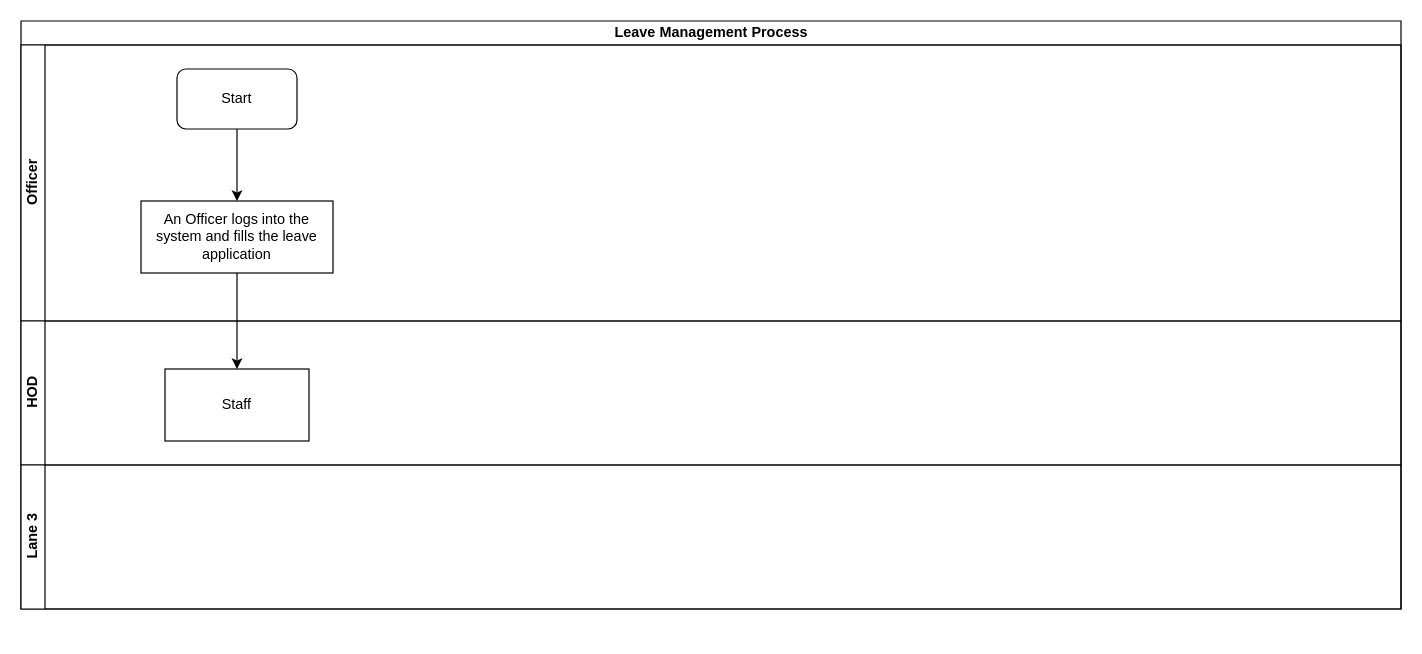
Above: KEFRI- Leave Application Process.drawio in kmagua/flowcharts (draw.io), before the change. Source tidied: cells renumbered, new cells numbered last; positions are measured from the earlier drawing's top-left corner, leaving out a move shared by most shapes. Both pictures are drawn from the tidied source at 120%, with x=0, y=0 at pixel (20, 20).
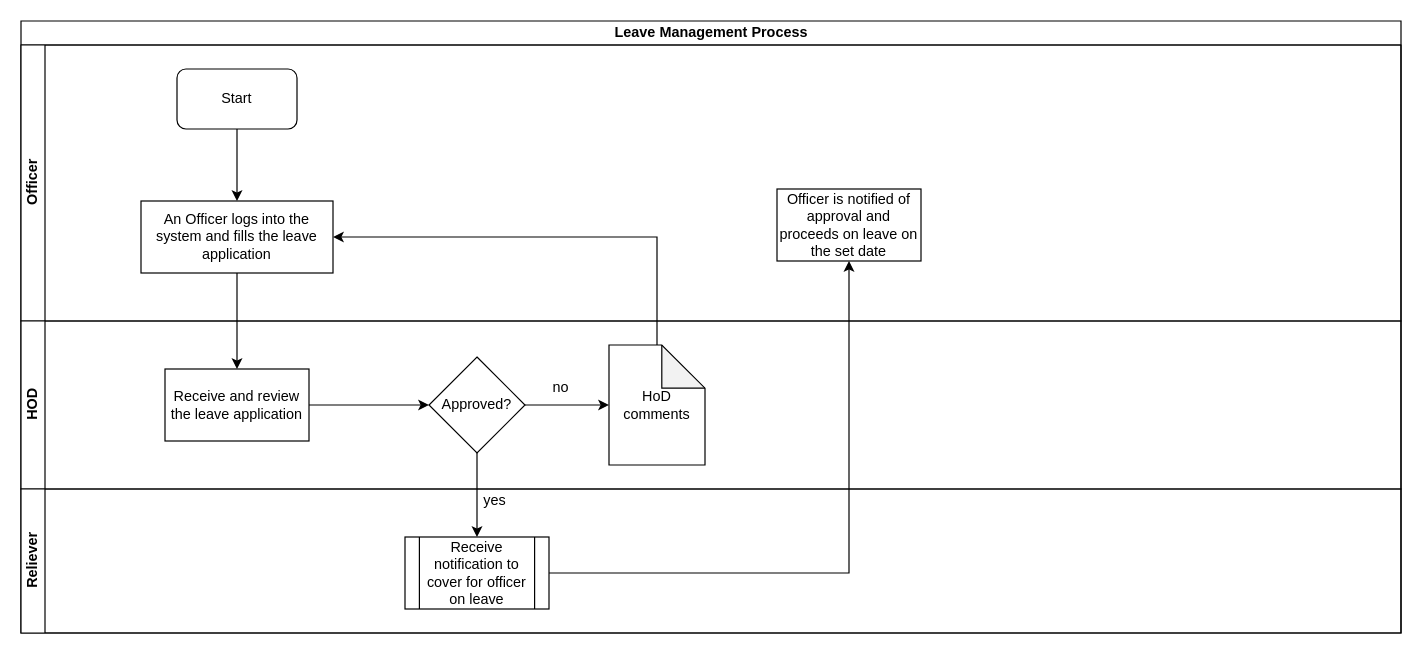
The same page after the edit.

The change refers to these unchanged cells:
```xml
<mxCell id="3" value="Officer" style="swimlane;html=1;startSize=20;horizontal=0;" parent="2" vertex="1">
  <mxGeometry y="20" width="1150" height="230" as="geometry" />
</mxCell>
<mxCell id="5" value="An Officer logs into the system and fills the leave application" style="rounded=0;whiteSpace=wrap;html=1;" parent="3" vertex="1">
  <mxGeometry x="100" y="130" width="160" height="60" as="geometry" />
</mxCell>
```

Change to the diagram source:
```diff
@@
     <mxCell id="2" value="Leave Management Process" style="swimlane;html=1;horizontal=1;startSize=20;" parent="1" vertex="1">
-      <mxGeometry width="1150" height="490" as="geometry" />
+      <mxGeometry width="1150" height="510" as="geometry" />
     </mxCell>
@@
+    <mxCell id="11" value="Officer is notified of approval and proceeds on leave on the set date" style="whiteSpace=wrap;html=1;rounded=0;" parent="3" vertex="1">
+      <mxGeometry x="630" y="120" width="120" height="60" as="geometry" />
+    </mxCell>
     <mxCell id="7" value="HOD" style="swimlane;html=1;startSize=20;horizontal=0;" parent="2" vertex="1">
-      <mxGeometry y="250" width="1150" height="120" as="geometry" />
+      <mxGeometry y="250" width="1150" height="140" as="geometry" />
     </mxCell>
-    <mxCell id="8" value="Staff " style="whiteSpace=wrap;html=1;rounded=0;" parent="7" vertex="1">
+    <mxCell id="8" value="Receive and review the leave application" style="whiteSpace=wrap;html=1;rounded=0;" parent="7" vertex="1">
       <mxGeometry x="120" y="40" width="120" height="60" as="geometry" />
     </mxCell>
+    <mxCell id="12" value="HoD comments" style="shape=note;whiteSpace=wrap;html=1;backgroundOutline=1;darkOpacity=0.05;size=36;" parent="7" vertex="1">
+      <mxGeometry x="490" y="20" width="80" height="100" as="geometry" />
+    </mxCell>
+    <mxCell id="13" value="no" style="text;html=1;strokeColor=none;fillColor=none;align=center;verticalAlign=middle;whiteSpace=wrap;rounded=0;" parent="7" vertex="1">
+      <mxGeometry x="430" y="46" width="40" height="20" as="geometry" />
+    </mxCell>
-    <mxCell id="9" value="Lane 3" style="swimlane;html=1;startSize=20;horizontal=0;" parent="2" vertex="1">
-      <mxGeometry y="370" width="1150" height="120" as="geometry" />
+    <mxCell id="9" value="Reliever" style="swimlane;html=1;startSize=20;horizontal=0;" parent="2" vertex="1">
+      <mxGeometry y="390" width="1150" height="120" as="geometry" />
     </mxCell>
+    <mxCell id="14" value="yes" style="text;html=1;strokeColor=none;fillColor=none;align=center;verticalAlign=middle;whiteSpace=wrap;rounded=0;" parent="9" vertex="1">
+      <mxGeometry x="375" width="40" height="20" as="geometry" />
+    </mxCell>
+    <mxCell id="15" value="Receive notification to cover for officer on leave" style="shape=process;whiteSpace=wrap;html=1;backgroundOutline=1;rounded=0;" parent="9" vertex="1">
+      <mxGeometry x="320" y="40" width="120" height="60" as="geometry" />
+    </mxCell>
@@
+    <mxCell id="16" style="edgeStyle=orthogonalEdgeStyle;rounded=0;jettySize=auto;html=1;entryX=1;entryY=0.5;entryDx=0;entryDy=0;" parent="2" edge="1" source="12" target="5">
+      <mxGeometry relative="1" as="geometry">
+        <Array as="points">
+          <mxPoint x="530" y="180" />
+        </Array>
+      </mxGeometry>
+    </mxCell>
+    <mxCell id="17" style="edgeStyle=orthogonalEdgeStyle;rounded=0;jettySize=auto;html=1;" parent="2" edge="1" source="15" target="11">
+      <mxGeometry relative="1" as="geometry" />
+    </mxCell>
+    <mxCell id="18" style="edgeStyle=orthogonalEdgeStyle;rounded=0;jettySize=auto;html=1;entryX=0.5;entryY=0;entryDx=0;entryDy=0;" parent="1" edge="1" source="20" target="15">
+      <mxGeometry relative="1" as="geometry" />
+    </mxCell>
+    <mxCell id="19" style="edgeStyle=orthogonalEdgeStyle;rounded=0;jettySize=auto;html=1;entryX=0;entryY=0.5;entryDx=0;entryDy=0;entryPerimeter=0;" parent="1" edge="1" source="20" target="12">
+      <mxGeometry relative="1" as="geometry" />
+    </mxCell>
+    <mxCell id="20" value="Approved?" style="rhombus;whiteSpace=wrap;html=1;rounded=0;" parent="1" vertex="1">
+      <mxGeometry x="340" y="280" width="80" height="80" as="geometry" />
+    </mxCell>
+    <mxCell id="21" style="edgeStyle=orthogonalEdgeStyle;rounded=0;jettySize=auto;html=1;" parent="1" edge="1" source="8" target="20">
+      <mxGeometry relative="1" as="geometry" />
+    </mxCell>
```
